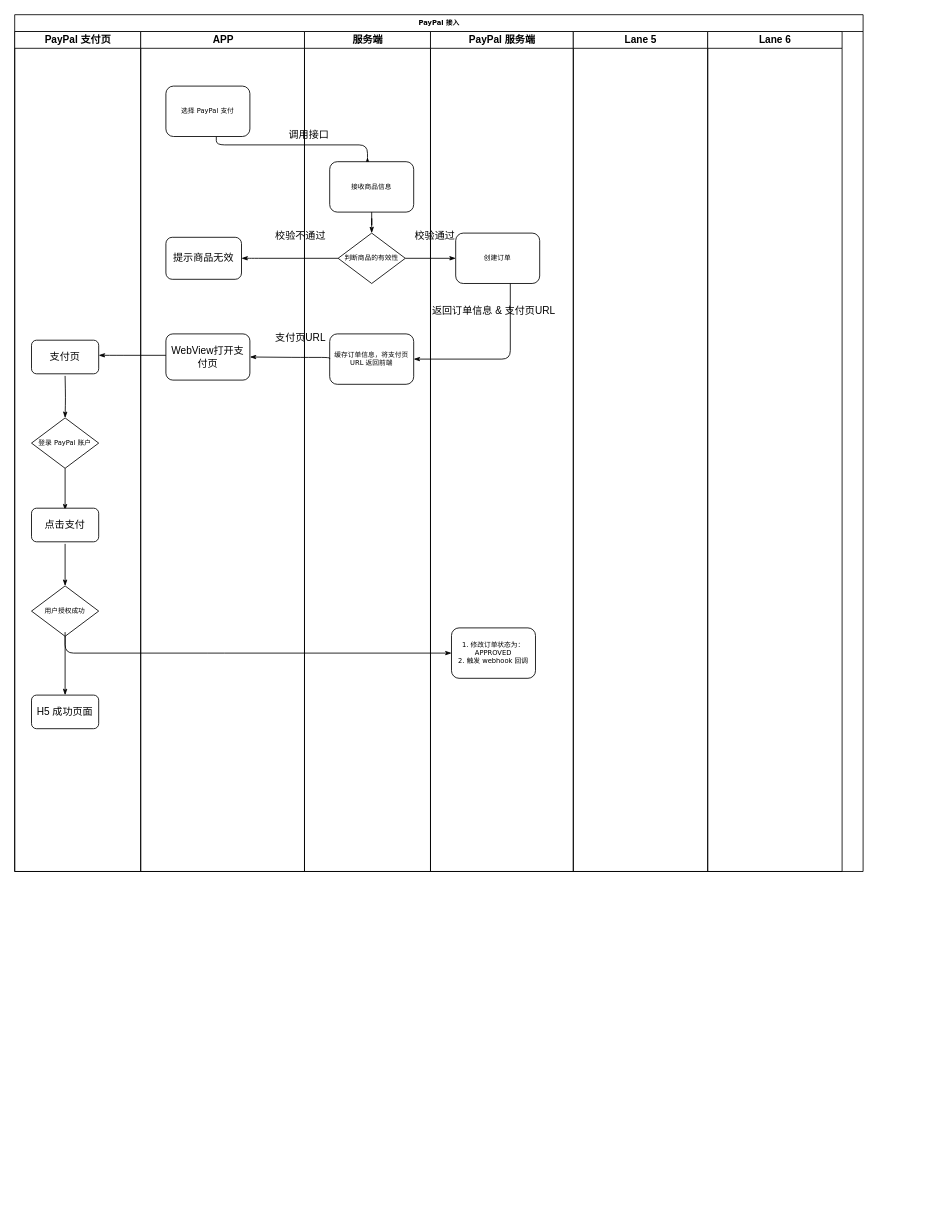
Before: draw/pandoshow/PayPal接入流程.drawio in houyj404/document, a draw.io diagram. Source tidied: cells renumbered, new cells numbered last; positions are measured from the earlier drawing's top-left corner, leaving out a move shared by most shapes. Both pictures are drawn from the tidied source at 84%, with x=0, y=0 at pixel (14, 14).
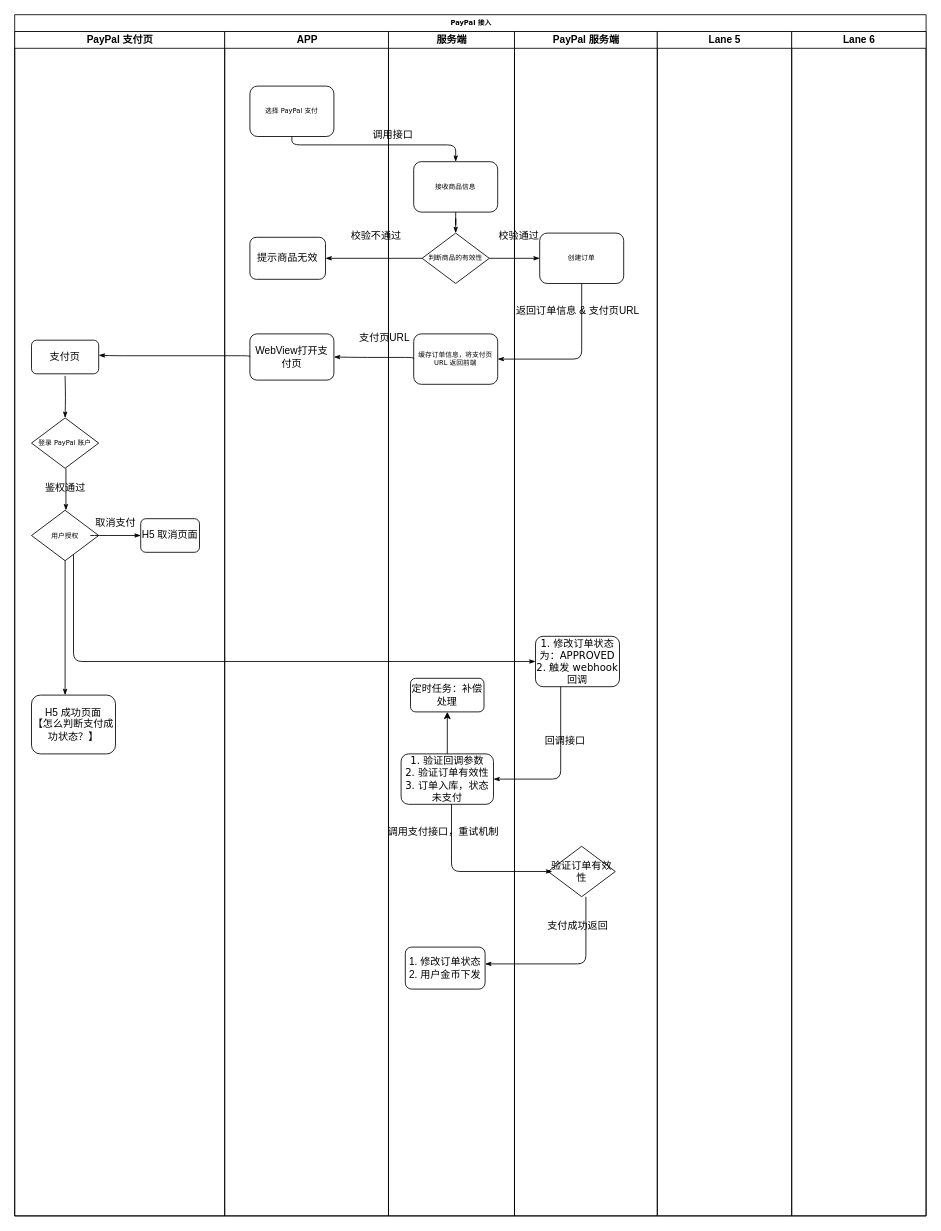
The same diagram, later.

Commit message:
更新PayPal接入流程.drawio

The change refers to these unchanged cells:
```xml
<mxCell id="11" value="选择 PayPal 支付" style="rounded=1;whiteSpace=wrap;html=1;shadow=0;labelBackgroundColor=none;strokeWidth=1;fontFamily=Verdana;fontSize=8;align=center;" parent="10" vertex="1">
  <mxGeometry x="30" y="65" width="100" height="60" as="geometry" />
</mxCell>
<mxCell id="12" value="提示商品无效" style="rounded=1;whiteSpace=wrap;html=1;" parent="10" vertex="1">
  <mxGeometry x="30" y="245" width="90" height="50" as="geometry" />
</mxCell>
<mxCell id="13" value="WebView打开支付页" style="rounded=1;whiteSpace=wrap;html=1;" parent="10" vertex="1">
  <mxGeometry x="30" y="360" width="100" height="55" as="geometry" />
</mxCell>
<mxCell id="16" value="接收商品信息" style="rounded=1;whiteSpace=wrap;html=1;shadow=0;labelBackgroundColor=none;strokeWidth=1;fontFamily=Verdana;fontSize=8;align=center;" parent="15" vertex="1">
  <mxGeometry x="30" y="155" width="100" height="60" as="geometry" />
</mxCell>
<mxCell id="17" value="判断商品的有效性" style="rhombus;whiteSpace=wrap;html=1;rounded=0;shadow=0;labelBackgroundColor=none;strokeWidth=1;fontFamily=Verdana;fontSize=8;align=center;" parent="15" vertex="1">
  <mxGeometry x="40" y="240" width="80" height="60" as="geometry" />
</mxCell>
<mxCell id="21" value="缓存订单信息，将支付页URL 返回前端" style="rounded=1;whiteSpace=wrap;html=1;shadow=0;labelBackgroundColor=none;strokeWidth=1;fontFamily=Verdana;fontSize=8;align=center;" parent="15" vertex="1">
  <mxGeometry x="30" y="360" width="100" height="60" as="geometry" />
</mxCell>
<mxCell id="23" value="创建订单" style="rounded=1;whiteSpace=wrap;html=1;shadow=0;labelBackgroundColor=none;strokeWidth=1;fontFamily=Verdana;fontSize=8;align=center;" parent="22" vertex="1">
  <mxGeometry x="30" y="240" width="100" height="60" as="geometry" />
</mxCell>
```

What changed in the source:
```diff
@@
     <mxCell id="2" value="PayPal 接入" style="swimlane;html=1;startSize=20;rounded=0;shadow=0;labelBackgroundColor=none;strokeWidth=1;fontFamily=Verdana;fontSize=8;align=center;" parent="1" vertex="1">
-      <mxGeometry width="1010" height="1020" as="geometry" />
+      <mxGeometry width="1085" height="1430" as="geometry" />
     </mxCell>
+    <mxCell id="8" style="edgeStyle=orthogonalEdgeStyle;rounded=1;html=1;labelBackgroundColor=none;startArrow=none;startFill=0;startSize=5;endArrow=classicThin;endFill=1;endSize=5;jettySize=auto;strokeWidth=1;fontFamily=Verdana;fontSize=8;entryX=0.5;entryY=0;entryDx=0;entryDy=0;" parent="2" edge="1" source="11" target="16">
+      <mxGeometry relative="1" as="geometry">
+        <Array as="points">
+          <mxPoint x="330" y="155" />
+          <mxPoint x="525" y="155" />
+        </Array>
+      </mxGeometry>
+    </mxCell>
+    <mxCell id="9" style="edgeStyle=orthogonalEdgeStyle;rounded=1;html=1;labelBackgroundColor=none;startArrow=none;startFill=0;startSize=5;endArrow=classicThin;endFill=1;endSize=5;jettySize=auto;strokeWidth=1;fontFamily=Verdana;fontSize=8;" parent="2" edge="1" source="17" target="23">
+      <mxGeometry relative="1" as="geometry" />
+    </mxCell>
     <mxCell id="3" value="PayPal 支付页" style="swimlane;html=1;startSize=20;" parent="2" vertex="1">
-      <mxGeometry y="20" width="150" height="1000" as="geometry" />
+      <mxGeometry y="20" width="250" height="1410" as="geometry" />
     </mxCell>
@@
-    <mxCell id="7" value="H5 成功页面" style="rounded=1;whiteSpace=wrap;html=1;" parent="3" vertex="1">
-      <mxGeometry x="20" y="790" width="80" height="40" as="geometry" />
+    <mxCell id="7" value="H5 成功页面&lt;div&gt;【怎么判断支付成功状态？】&lt;/div&gt;" style="rounded=1;whiteSpace=wrap;html=1;" parent="3" vertex="1">
+      <mxGeometry x="20" y="790" width="100" height="70" as="geometry" />
     </mxCell>
-    <mxCell id="8" style="edgeStyle=orthogonalEdgeStyle;rounded=1;html=1;labelBackgroundColor=none;startArrow=none;startFill=0;startSize=5;endArrow=classicThin;endFill=1;endSize=5;jettySize=auto;strokeWidth=1;fontFamily=Verdana;fontSize=8;" parent="2" edge="1" source="11">
-      <mxGeometry relative="1" as="geometry">
-        <mxPoint x="420" y="170" as="targetPoint" />
-        <Array as="points">
-          <mxPoint x="240" y="155" />
-          <mxPoint x="420" y="155" />
-          <mxPoint x="420" y="175" />
-        </Array>
-      </mxGeometry>
-    </mxCell>
-    <mxCell id="9" style="edgeStyle=orthogonalEdgeStyle;rounded=1;html=1;labelBackgroundColor=none;startArrow=none;startFill=0;startSize=5;endArrow=classicThin;endFill=1;endSize=5;jettySize=auto;strokeWidth=1;fontFamily=Verdana;fontSize=8;" parent="2" edge="1" source="17" target="23">
-      <mxGeometry relative="1" as="geometry" />
-    </mxCell>
+    <mxCell id="41" value="鉴权通过" style="text;html=1;align=center;verticalAlign=middle;strokeColor=none;fillColor=none;" parent="3" vertex="1">
+      <mxGeometry x="25" y="528" width="70" height="30" as="geometry" />
+    </mxCell>
+    <mxCell id="42" value="取消支付" style="text;html=1;align=center;verticalAlign=middle;points=[];strokeColor=none;fillColor=none;" parent="3" vertex="1">
+      <mxGeometry x="85" y="570" width="70" height="30" as="geometry" />
+    </mxCell>
+    <mxCell id="43" value="用户授权" style="rhombus;whiteSpace=wrap;html=1;rounded=0;shadow=0;labelBackgroundColor=none;strokeWidth=1;fontFamily=Verdana;fontSize=8;align=center;" parent="3" vertex="1">
+      <mxGeometry x="20" y="570" width="80" height="60" as="geometry" />
+    </mxCell>
+    <mxCell id="44" value="H5 取消页面" style="rounded=1;whiteSpace=wrap;html=1;" parent="3" vertex="1">
+      <mxGeometry x="150" y="580" width="70" height="40" as="geometry" />
+    </mxCell>
+    <mxCell id="45" style="edgeStyle=orthogonalEdgeStyle;rounded=0;orthogonalLoop=1;jettySize=auto;html=1;exitX=0.5;exitY=1;exitDx=0;exitDy=0;" parent="3" edge="1" source="44" target="44">
+      <mxGeometry relative="1" as="geometry" />
+    </mxCell>
     <mxCell id="10" value="APP" style="swimlane;html=1;startSize=20;" parent="2" vertex="1">
-      <mxGeometry x="150" y="20" width="195" height="1000" as="geometry" />
+      <mxGeometry x="250" y="20" width="195" height="1410" as="geometry" />
     </mxCell>
@@
+    <mxCell id="34" value="校验不通过" style="text;html=1;align=center;verticalAlign=middle;strokeColor=none;fillColor=none;" parent="10" vertex="1">
+      <mxGeometry x="140" y="228" width="80" height="30" as="geometry" />
+    </mxCell>
     <mxCell id="15" value="服务端" style="swimlane;html=1;startSize=20;" parent="2" vertex="1">
-      <mxGeometry x="345" y="20" width="150" height="1000" as="geometry" />
+      <mxGeometry x="445" y="20" width="150" height="1410" as="geometry" />
     </mxCell>
@@
+    <mxCell id="46" value="&lt;font style=&quot;font-size: 12px;&quot;&gt;1. 验证回调参数&lt;/font&gt;&lt;div style=&quot;font-size: 12px;&quot;&gt;&lt;font style=&quot;font-size: 12px;&quot;&gt;2. 验证订单有效性&lt;/font&gt;&lt;/div&gt;&lt;div style=&quot;font-size: 12px;&quot;&gt;&lt;font style=&quot;font-size: 12px;&quot;&gt;3. 订单入库，状态未支付&lt;/font&gt;&lt;/div&gt;" style="rounded=1;whiteSpace=wrap;html=1;shadow=0;labelBackgroundColor=none;strokeWidth=1;fontFamily=Verdana;fontSize=8;align=center;" parent="15" vertex="1">
+      <mxGeometry x="15" y="860" width="110" height="60" as="geometry" />
+    </mxCell>
+    <mxCell id="47" value="调用支付接口，重试机制" style="text;html=1;align=center;verticalAlign=middle;strokeColor=none;fillColor=none;" parent="15" vertex="1">
+      <mxGeometry x="-15" y="938" width="160" height="30" as="geometry" />
+    </mxCell>
+    <mxCell id="48" value="1. 修改订单状态&lt;div&gt;2. 用户金币下发&lt;/div&gt;" style="rounded=1;whiteSpace=wrap;html=1;" parent="15" vertex="1">
+      <mxGeometry x="20" y="1090" width="95" height="50" as="geometry" />
+    </mxCell>
+    <mxCell id="49" value="定时任务：补偿处理" style="rounded=1;whiteSpace=wrap;html=1;" parent="15" vertex="1">
+      <mxGeometry x="26.2" y="770" width="87.5" height="40" as="geometry" />
+    </mxCell>
     <mxCell id="22" value="PayPal 服务端" style="swimlane;html=1;startSize=20;" parent="2" vertex="1">
-      <mxGeometry x="495" y="20" width="170" height="1000" as="geometry" />
+      <mxGeometry x="595" y="20" width="170" height="1410" as="geometry" />
     </mxCell>
@@
-    <mxCell id="24" value="1. 修改订单状态为：APPROVED&lt;div&gt;2. 触发 webhook 回调&lt;/div&gt;" style="rounded=1;whiteSpace=wrap;html=1;shadow=0;labelBackgroundColor=none;strokeWidth=1;fontFamily=Verdana;fontSize=8;align=center;" parent="22" vertex="1">
-      <mxGeometry x="25" y="710" width="100" height="60" as="geometry" />
+    <mxCell id="24" value="&lt;font style=&quot;font-size: 12px;&quot;&gt;1. 修改订单状态为：APPROVED&lt;/font&gt;&lt;div style=&quot;font-size: 12px;&quot;&gt;&lt;font style=&quot;font-size: 12px;&quot;&gt;2. 触发 webhook 回调&lt;/font&gt;&lt;/div&gt;" style="rounded=1;whiteSpace=wrap;html=1;shadow=0;labelBackgroundColor=none;strokeWidth=1;fontFamily=Verdana;fontSize=8;align=center;" parent="22" vertex="1">
+      <mxGeometry x="25" y="720" width="100" height="60" as="geometry" />
     </mxCell>
@@
+    <mxCell id="50" value="回调接口" style="text;html=1;align=center;verticalAlign=middle;strokeColor=none;fillColor=none;" parent="22" vertex="1">
+      <mxGeometry x="25" y="830" width="70" height="30" as="geometry" />
+    </mxCell>
+    <mxCell id="51" value="&lt;font style=&quot;font-size: 12px;&quot;&gt;验证订单有效性&lt;/font&gt;" style="rhombus;whiteSpace=wrap;html=1;rounded=0;shadow=0;labelBackgroundColor=none;strokeWidth=1;fontFamily=Verdana;fontSize=8;align=center;" parent="22" vertex="1">
+      <mxGeometry x="40" y="970" width="80" height="60" as="geometry" />
+    </mxCell>
+    <mxCell id="52" value="支付成功返回" style="text;html=1;align=center;verticalAlign=middle;strokeColor=none;fillColor=none;" parent="22" vertex="1">
+      <mxGeometry x="25" y="1050" width="100" height="30" as="geometry" />
+    </mxCell>
     <mxCell id="26" value="Lane 5" style="swimlane;html=1;startSize=20;" parent="2" vertex="1">
-      <mxGeometry x="665" y="20" width="160" height="1000" as="geometry" />
+      <mxGeometry x="765" y="20" width="160" height="1410" as="geometry" />
     </mxCell>
@@
     <mxCell id="29" value="Lane 6" style="swimlane;html=1;startSize=20;" parent="2" vertex="1">
-      <mxGeometry x="825" y="20" width="160" height="1000" as="geometry" />
+      <mxGeometry x="925" y="20" width="160" height="1410" as="geometry" />
     </mxCell>
-    <mxCell id="30" style="edgeStyle=orthogonalEdgeStyle;rounded=1;html=1;labelBackgroundColor=none;startArrow=none;startFill=0;startSize=5;endArrow=classicThin;endFill=1;endSize=5;jettySize=auto;strokeColor=#000000;strokeWidth=1;fontFamily=Verdana;fontSize=8;fontColor=#000000;entryX=1;entryY=0.5;entryDx=0;entryDy=0;" parent="2" edge="1" source="23" target="21">
+    <mxCell id="30" style="edgeStyle=orthogonalEdgeStyle;rounded=1;html=1;labelBackgroundColor=none;startArrow=none;startFill=0;startSize=5;endArrow=classicThin;endFill=1;endSize=5;jettySize=auto;strokeColor=#000000;strokeWidth=1;fontFamily=Verdana;fontSize=8;fontColor=#000000;entryX=1;entryY=0.5;entryDx=0;entryDy=0;exitX=0.5;exitY=1;exitDx=0;exitDy=0;" parent="2" edge="1" source="23" target="21">
       <mxGeometry relative="1" as="geometry">
         <Array as="points">
-          <mxPoint x="590" y="410" />
+          <mxPoint x="675" y="410" />
         </Array>
       </mxGeometry>
     </mxCell>
     <mxCell id="31" style="edgeStyle=orthogonalEdgeStyle;rounded=1;html=1;labelBackgroundColor=none;startArrow=none;startFill=0;startSize=5;endArrow=classicThin;endFill=1;endSize=5;jettySize=auto;strokeWidth=1;fontFamily=Verdana;fontSize=8;exitX=0;exitY=0.5;exitDx=0;exitDy=0;entryX=1;entryY=0.5;entryDx=0;entryDy=0;" parent="2" edge="1" source="21" target="13">
       <mxGeometry relative="1" as="geometry">
         <Array as="points">
-          <mxPoint x="340" y="408" />
-          <mxPoint x="290" y="408" />
+          <mxPoint x="475" y="408" />
+          <mxPoint x="410" y="408" />
         </Array>
       </mxGeometry>
     </mxCell>
-    <mxCell id="32" style="edgeStyle=orthogonalEdgeStyle;rounded=1;html=1;labelBackgroundColor=none;startArrow=none;startFill=0;startSize=5;endArrow=classicThin;endFill=1;endSize=5;jettySize=auto;strokeWidth=1;fontFamily=Verdana;fontSize=8;exitX=0;exitY=0.5;exitDx=0;exitDy=0;entryX=1;entryY=0.5;entryDx=0;entryDy=0;" parent="2" edge="1" source="17" target="12">
-      <mxGeometry relative="1" as="geometry">
-        <Array as="points">
-          <mxPoint x="280" y="290" />
-        </Array>
-      </mxGeometry>
+    <mxCell id="32" style="edgeStyle=orthogonalEdgeStyle;rounded=1;html=1;labelBackgroundColor=none;startArrow=none;startFill=0;startSize=5;endArrow=classicThin;endFill=1;endSize=5;jettySize=auto;strokeWidth=1;fontFamily=Verdana;fontSize=8;exitX=0;exitY=0.5;exitDx=0;exitDy=0;entryX=1;entryY=0.5;entryDx=0;entryDy=0;entryPerimeter=0;" parent="2" edge="1" source="17" target="12">
+      <mxGeometry relative="1" as="geometry" />
     </mxCell>
-    <mxCell id="33" style="edgeStyle=orthogonalEdgeStyle;rounded=1;html=1;labelBackgroundColor=none;startArrow=none;startFill=0;startSize=5;endArrow=classicThin;endFill=1;endSize=5;jettySize=auto;orthogonalLoop=1;strokeWidth=1;fontFamily=Verdana;fontSize=8;exitX=0;exitY=0.5;exitDx=0;exitDy=0;entryX=1;entryY=0.5;entryDx=0;entryDy=0;" parent="2" edge="1">
+    <mxCell id="33" style="edgeStyle=orthogonalEdgeStyle;rounded=1;html=1;labelBackgroundColor=none;startArrow=none;startFill=0;startSize=5;endArrow=classicThin;endFill=1;endSize=5;jettySize=auto;strokeWidth=1;fontFamily=Verdana;fontSize=8;exitX=0;exitY=0.5;exitDx=0;exitDy=0;entryX=1;entryY=0.5;entryDx=0;entryDy=0;" parent="2" edge="1" source="13">
       <mxGeometry relative="1" as="geometry">
-        <mxPoint x="180" y="405.5" as="sourcePoint" />
         <mxPoint x="100" y="405.5" as="targetPoint" />
         <Array as="points">
+          <mxPoint x="280" y="406" />
           <mxPoint x="120" y="406" />
         </Array>
       </mxGeometry>
     </mxCell>
-    <mxCell id="34" value="校验不通过" style="text;html=1;align=center;verticalAlign=middle;strokeColor=none;fillColor=none;" parent="1" vertex="1">
-      <mxGeometry x="300" y="248" width="80" height="30" as="geometry" />
-    </mxCell>
     <mxCell id="35" style="edgeStyle=orthogonalEdgeStyle;rounded=1;html=1;labelBackgroundColor=none;startArrow=none;startFill=0;startSize=5;endArrow=classicThin;endFill=1;endSize=5;jettySize=auto;orthogonalLoop=1;strokeWidth=1;fontFamily=Verdana;fontSize=8;" parent="1" edge="1">
       <mxGeometry relative="1" as="geometry">
-        <mxPoint x="60" y="540" as="sourcePoint" />
-        <mxPoint x="60" y="590" as="targetPoint" />
+        <mxPoint x="61" y="540" as="sourcePoint" />
+        <mxPoint x="61" y="590" as="targetPoint" />
       </mxGeometry>
     </mxCell>
-    <mxCell id="36" value="点击支付" style="rounded=1;whiteSpace=wrap;html=1;" parent="1" vertex="1">
-      <mxGeometry x="20" y="587.5" width="80" height="40" as="geometry" />
-    </mxCell>
-    <mxCell id="37" style="edgeStyle=orthogonalEdgeStyle;rounded=1;html=1;labelBackgroundColor=none;startArrow=none;startFill=0;startSize=5;endArrow=classicThin;endFill=1;endSize=5;jettySize=auto;orthogonalLoop=1;strokeWidth=1;fontFamily=Verdana;fontSize=8;" parent="1" edge="1">
-      <mxGeometry relative="1" as="geometry">
-        <mxPoint x="60" y="630" as="sourcePoint" />
-        <mxPoint x="60" y="680" as="targetPoint" />
-      </mxGeometry>
-    </mxCell>
-    <mxCell id="38" value="用户授权成功" style="rhombus;whiteSpace=wrap;html=1;rounded=0;shadow=0;labelBackgroundColor=none;strokeWidth=1;fontFamily=Verdana;fontSize=8;align=center;" parent="1" vertex="1">
-      <mxGeometry x="20" y="680" width="80" height="60" as="geometry" />
-    </mxCell>
-    <mxCell id="39" style="edgeStyle=orthogonalEdgeStyle;rounded=1;html=1;labelBackgroundColor=none;startArrow=none;startFill=0;startSize=5;endArrow=classicThin;endFill=1;endSize=5;jettySize=auto;orthogonalLoop=1;strokeWidth=1;fontFamily=Verdana;fontSize=8;" parent="1" edge="1">
+    <mxCell id="39" style="edgeStyle=orthogonalEdgeStyle;rounded=1;html=1;labelBackgroundColor=none;startArrow=none;startFill=0;startSize=5;endArrow=classicThin;endFill=1;endSize=5;jettySize=auto;strokeWidth=1;fontFamily=Verdana;fontSize=8;" parent="1" edge="1" source="43">
       <mxGeometry relative="1" as="geometry">
-        <mxPoint x="60" y="735" as="sourcePoint" />
-        <mxPoint x="520" y="760" as="targetPoint" />
+        <mxPoint x="620" y="770" as="targetPoint" />
         <Array as="points">
-          <mxPoint x="60" y="760" />
-          <mxPoint x="240" y="760" />
+          <mxPoint x="70" y="770" />
         </Array>
       </mxGeometry>
     </mxCell>
-    <mxCell id="40" style="edgeStyle=orthogonalEdgeStyle;rounded=1;html=1;labelBackgroundColor=none;startArrow=none;startFill=0;startSize=5;endArrow=classicThin;endFill=1;endSize=5;jettySize=auto;orthogonalLoop=1;strokeWidth=1;fontFamily=Verdana;fontSize=8;" parent="1" edge="1">
+    <mxCell id="40" style="edgeStyle=orthogonalEdgeStyle;rounded=1;html=1;labelBackgroundColor=none;startArrow=none;startFill=0;startSize=5;endArrow=classicThin;endFill=1;endSize=5;jettySize=auto;strokeWidth=1;fontFamily=Verdana;fontSize=8;exitX=0.5;exitY=1;exitDx=0;exitDy=0;" parent="1" edge="1" source="43">
       <mxGeometry relative="1" as="geometry">
-        <mxPoint x="60" y="740" as="sourcePoint" />
         <mxPoint x="60" y="810" as="targetPoint" />
         <Array as="points">
-          <mxPoint x="60" y="745" />
-          <mxPoint x="60" y="770" />
+          <mxPoint x="60" y="810" />
         </Array>
       </mxGeometry>
     </mxCell>
+    <mxCell id="53" style="edgeStyle=orthogonalEdgeStyle;rounded=1;html=1;labelBackgroundColor=none;startArrow=none;startFill=0;startSize=5;endArrow=classicThin;endFill=1;endSize=5;jettySize=auto;strokeWidth=1;fontFamily=Verdana;fontSize=8;entryX=0.929;entryY=1;entryDx=0;entryDy=0;entryPerimeter=0;" parent="1" edge="1" target="42">
+      <mxGeometry relative="1" as="geometry">
+        <mxPoint x="90" y="620" as="sourcePoint" />
+        <Array as="points">
+          <mxPoint x="100" y="620" />
+          <mxPoint x="100" y="620" />
+        </Array>
+      </mxGeometry>
+    </mxCell>
+    <mxCell id="54" style="edgeStyle=orthogonalEdgeStyle;rounded=1;html=1;labelBackgroundColor=none;startArrow=none;startFill=0;startSize=5;endArrow=classicThin;endFill=1;endSize=5;jettySize=auto;orthogonalLoop=1;strokeWidth=1;fontFamily=Verdana;fontSize=8;" parent="1" edge="1">
+      <mxGeometry relative="1" as="geometry">
+        <mxPoint x="650" y="800" as="sourcePoint" />
+        <mxPoint x="570" y="910" as="targetPoint" />
+        <Array as="points">
+          <mxPoint x="650" y="910" />
+        </Array>
+      </mxGeometry>
+    </mxCell>
+    <mxCell id="55" style="edgeStyle=orthogonalEdgeStyle;rounded=1;html=1;labelBackgroundColor=none;startArrow=none;startFill=0;startSize=5;endArrow=classicThin;endFill=1;endSize=5;jettySize=auto;orthogonalLoop=1;strokeWidth=1;fontFamily=Verdana;fontSize=8;" parent="1" edge="1">
+      <mxGeometry relative="1" as="geometry">
+        <mxPoint x="520" y="940" as="sourcePoint" />
+        <mxPoint x="640" y="1020" as="targetPoint" />
+        <Array as="points">
+          <mxPoint x="520" y="1020" />
+        </Array>
+      </mxGeometry>
+    </mxCell>
+    <mxCell id="56" style="edgeStyle=orthogonalEdgeStyle;rounded=1;html=1;labelBackgroundColor=none;startArrow=none;startFill=0;startSize=5;endArrow=classicThin;endFill=1;endSize=5;jettySize=auto;orthogonalLoop=1;strokeWidth=1;fontFamily=Verdana;fontSize=8;" parent="1" edge="1">
+      <mxGeometry relative="1" as="geometry">
+        <mxPoint x="680" y="1050" as="sourcePoint" />
+        <mxPoint x="560" y="1130" as="targetPoint" />
+        <Array as="points">
+          <mxPoint x="680" y="1130" />
+        </Array>
+      </mxGeometry>
+    </mxCell>
+    <mxCell id="57" style="endArrow=classic;html=1;rounded=0;exitX=0.5;exitY=0;exitDx=0;exitDy=0;" parent="1" edge="1" source="46">
+      <mxGeometry relative="1" as="geometry">
+        <mxPoint x="515" y="830" as="targetPoint" />
+      </mxGeometry>
+    </mxCell>
```
